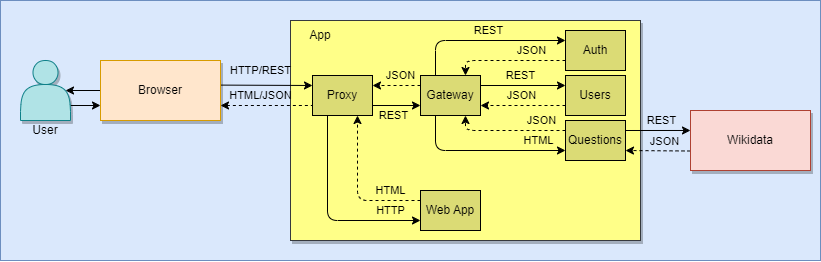
Arquisoft/wiq_es05b keeps this draw.io diagram as docs/images/05_level2.drawio.png. Above is the earlier version. Source tidied: cells renumbered, new cells last; positions are measured from the earlier drawing's top-left corner, leaving out a move shared by most shapes.
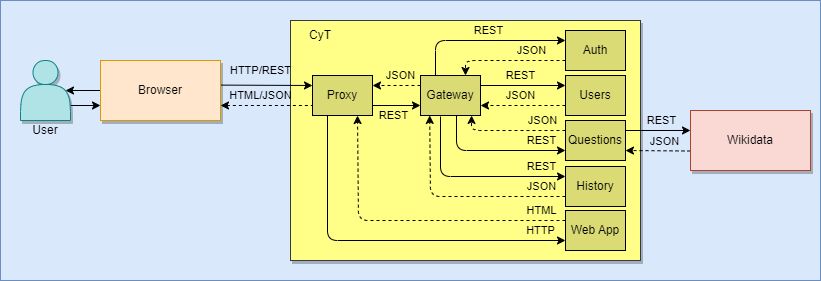
The same file after the commit.

What changed in the source:
```diff
@@ -3,7 +3,7 @@
     <mxCell id="0" />
     <mxCell id="1" parent="0" />
     <mxCell id="2" style="rounded=0;whiteSpace=wrap;html=1;fillColor=#dae8fc;strokeColor=#6c8ebf;" parent="1" vertex="1">
-      <mxGeometry width="820" height="260" as="geometry" />
+      <mxGeometry width="820" height="280" as="geometry" />
     </mxCell>
     <mxCell id="3" style="edgeStyle=none;html=1;exitX=1;exitY=0.75;exitDx=0;exitDy=0;entryX=0;entryY=0.75;entryDx=0;entryDy=0;" parent="1" edge="1" source="4" target="36">
       <mxGeometry relative="1" as="geometry" />
@@ -12,7 +12,7 @@
       <mxGeometry x="20" y="60" width="50" height="60" as="geometry" />
     </mxCell>
     <mxCell id="5" style="whiteSpace=wrap;html=1;fillColor=#ffff88;strokeColor=#36393d;shadow=1;" parent="1" vertex="1">
-      <mxGeometry x="290" y="20" width="350" height="220" as="geometry" />
+      <mxGeometry x="290" y="20" width="350" height="240" as="geometry" />
     </mxCell>
     <mxCell id="6" style="edgeStyle=none;html=1;exitX=0;exitY=0.675;exitDx=0;exitDy=0;entryX=1;entryY=0.75;entryDx=0;entryDy=0;exitPerimeter=0;dashed=1;" parent="1" edge="1" source="8" target="28">
       <mxGeometry relative="1" as="geometry" />
@@ -53,14 +53,14 @@
         <mxPoint x="-7" y="-10" as="offset" />
       </mxGeometry>
     </mxCell>
-    <mxCell id="15" style="edgeStyle=none;html=1;exitX=0.25;exitY=1;exitDx=0;exitDy=0;entryX=0;entryY=0.75;entryDx=0;entryDy=0;" parent="1" edge="1" source="17" target="28">
+    <mxCell id="15" style="edgeStyle=none;html=1;exitX=0.6;exitY=1.003;exitDx=0;exitDy=0;entryX=0;entryY=0.75;entryDx=0;entryDy=0;exitPerimeter=0;" parent="1" edge="1" source="17" target="28">
       <mxGeometry relative="1" as="geometry">
         <Array as="points">
-          <mxPoint x="435" y="150" />
+          <mxPoint x="456" y="150" />
         </Array>
       </mxGeometry>
     </mxCell>
-    <mxCell id="16" value="HTML" style="edgeLabel;html=1;align=center;verticalAlign=middle;labelBackgroundColor=none;" parent="15" vertex="1">
+    <mxCell id="16" value="REST" style="edgeLabel;html=1;align=center;verticalAlign=middle;labelBackgroundColor=none;" parent="15" vertex="1">
       <mxGeometry x="0.67" y="1" relative="1" as="geometry">
         <mxPoint y="-9" as="offset" />
       </mxGeometry>
@@ -102,10 +102,10 @@
         <mxPoint x="-4" y="-11" as="offset" />
       </mxGeometry>
     </mxCell>
-    <mxCell id="26" style="edgeStyle=none;html=1;exitX=0;exitY=0.25;exitDx=0;exitDy=0;entryX=0.75;entryY=1;entryDx=0;entryDy=0;dashed=1;" parent="1" edge="1" source="28" target="17">
+    <mxCell id="26" style="edgeStyle=none;html=1;exitX=0;exitY=0.25;exitDx=0;exitDy=0;entryX=0.851;entryY=0.999;entryDx=0;entryDy=0;dashed=1;entryPerimeter=0;" parent="1" edge="1" source="28" target="17">
       <mxGeometry relative="1" as="geometry">
         <Array as="points">
-          <mxPoint x="465" y="130" />
+          <mxPoint x="471" y="130" />
         </Array>
       </mxGeometry>
     </mxCell>
@@ -120,19 +120,19 @@
     <mxCell id="29" style="edgeStyle=none;html=1;exitX=0;exitY=0.25;exitDx=0;exitDy=0;entryX=0.75;entryY=1;entryDx=0;entryDy=0;dashed=1;" parent="1" edge="1" source="31" target="43">
       <mxGeometry relative="1" as="geometry">
         <Array as="points">
-          <mxPoint x="357" y="200" />
+          <mxPoint x="358" y="220" />
         </Array>
       </mxGeometry>
     </mxCell>
     <mxCell id="30" value="HTML" style="edgeLabel;html=1;align=center;verticalAlign=middle;labelBackgroundColor=none;" parent="29" vertex="1">
       <mxGeometry x="0.26" relative="1" as="geometry">
-        <mxPoint x="33" y="20" as="offset" />
+        <mxPoint x="172" y="-10" as="offset" />
       </mxGeometry>
     </mxCell>
     <mxCell id="31" value="Web App" style="rounded=0;whiteSpace=wrap;html=1;fillColor=#DBDB75;" parent="1" vertex="1">
-      <mxGeometry x="420" y="190" width="60" height="40" as="geometry" />
+      <mxGeometry x="565" y="210" width="60" height="40" as="geometry" />
     </mxCell>
-    <mxCell id="32" value="App" style="text;html=1;strokeColor=none;fillColor=none;align=center;verticalAlign=middle;whiteSpace=wrap;rounded=0;" parent="1" vertex="1">
+    <mxCell id="32" value="CyT" style="text;html=1;strokeColor=none;fillColor=none;align=center;verticalAlign=middle;whiteSpace=wrap;rounded=0;" parent="1" vertex="1">
       <mxGeometry x="290" y="20" width="60" height="30" as="geometry" />
     </mxCell>
     <mxCell id="33" style="edgeStyle=none;html=1;exitX=0;exitY=0.5;exitDx=0;exitDy=0;entryX=0.9;entryY=0.5;entryDx=0;entryDy=0;entryPerimeter=0;" parent="1" edge="1" source="36" target="4">
@@ -168,13 +168,13 @@
     <mxCell id="41" style="edgeStyle=none;html=1;exitX=0.25;exitY=1;exitDx=0;exitDy=0;entryX=0;entryY=0.75;entryDx=0;entryDy=0;" parent="1" edge="1" source="43" target="31">
       <mxGeometry relative="1" as="geometry">
         <Array as="points">
-          <mxPoint x="327" y="220" />
+          <mxPoint x="327" y="240" />
         </Array>
       </mxGeometry>
     </mxCell>
     <mxCell id="42" value="HTTP" style="edgeLabel;html=1;align=center;verticalAlign=middle;labelBackgroundColor=none;" parent="41" vertex="1">
       <mxGeometry x="0.49" y="1" relative="1" as="geometry">
-        <mxPoint x="21" y="-9" as="offset" />
+        <mxPoint x="68" y="-9" as="offset" />
       </mxGeometry>
     </mxCell>
     <mxCell id="43" value="Proxy" style="rounded=0;whiteSpace=wrap;html=1;fillColor=#DBDB75;" parent="1" vertex="1">
@@ -183,6 +183,34 @@
     <mxCell id="44" value="User" style="text;html=1;strokeColor=none;fillColor=none;align=center;verticalAlign=middle;whiteSpace=wrap;rounded=0;labelBackgroundColor=none;" parent="1" vertex="1">
       <mxGeometry x="15" y="120" width="60" height="20" as="geometry" />
     </mxCell>
+    <mxCell id="46" style="edgeStyle=none;html=1;exitX=0;exitY=0.25;exitDx=0;exitDy=0;startArrow=classic;startFill=1;endArrow=none;endFill=0;" parent="1" edge="1" source="50">
+      <mxGeometry relative="1" as="geometry">
+        <mxPoint x="440" y="116" as="targetPoint" />
+        <Array as="points">
+          <mxPoint x="440" y="176" />
+        </Array>
+      </mxGeometry>
+    </mxCell>
+    <mxCell id="47" value="REST" style="edgeLabel;html=1;align=center;verticalAlign=middle;labelBackgroundColor=none;" parent="46" vertex="1">
+      <mxGeometry x="-0.56" y="-1" relative="1" as="geometry">
+        <mxPoint x="16" y="-9" as="offset" />
+      </mxGeometry>
+    </mxCell>
+    <mxCell id="48" style="edgeStyle=none;html=1;exitX=0;exitY=0.75;exitDx=0;exitDy=0;entryX=0.153;entryY=0.998;entryDx=0;entryDy=0;entryPerimeter=0;dashed=1;" parent="1" edge="1" source="50" target="17">
+      <mxGeometry relative="1" as="geometry">
+        <Array as="points">
+          <mxPoint x="430" y="196" />
+        </Array>
+      </mxGeometry>
+    </mxCell>
+    <mxCell id="49" value="JSON" style="edgeLabel;html=1;align=center;verticalAlign=middle;labelBackgroundColor=none;" parent="48" vertex="1">
+      <mxGeometry x="-0.32" y="1" relative="1" as="geometry">
+        <mxPoint x="49" y="-11" as="offset" />
+      </mxGeometry>
+    </mxCell>
+    <mxCell id="50" value="History" style="rounded=0;whiteSpace=wrap;html=1;fillColor=#DBDB75;" parent="1" vertex="1">
+      <mxGeometry x="565" y="166" width="60" height="40" as="geometry" />
+    </mxCell>
     <mxCell id="45" value="Diagram" parent="0" />
   </root>
 </mxGraphModel>
```
